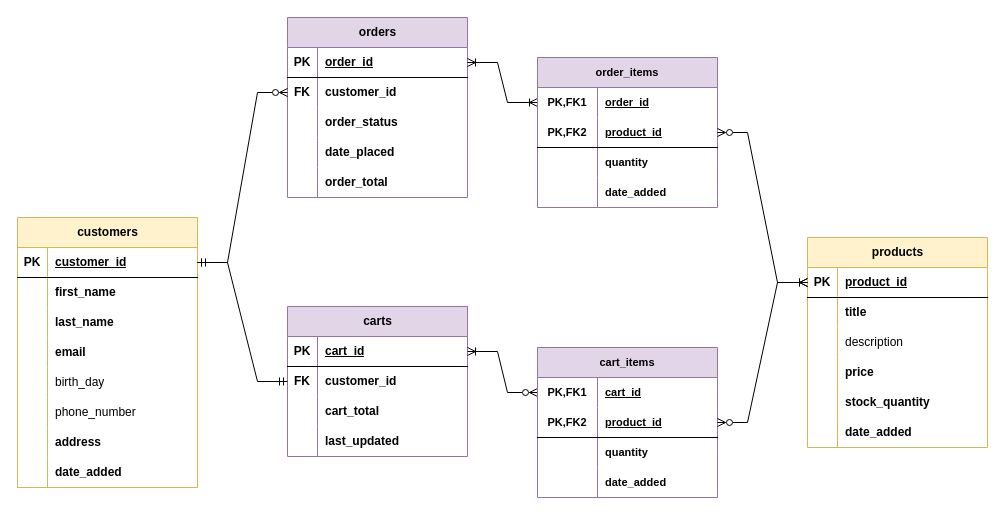
This is page "Overall ERD" (1 of 2) of db/ERD.drawio from MurtadhaInit/e-store-backend, a draw.io file, before an edit. Source tidied: cells renumbered, new cells numbered last; positions are measured from the earlier drawing's top-left corner, leaving out a move shared by most shapes. Both pictures are drawn from the tidied source at 100%, with x=0, y=0 at pixel (17, 17).
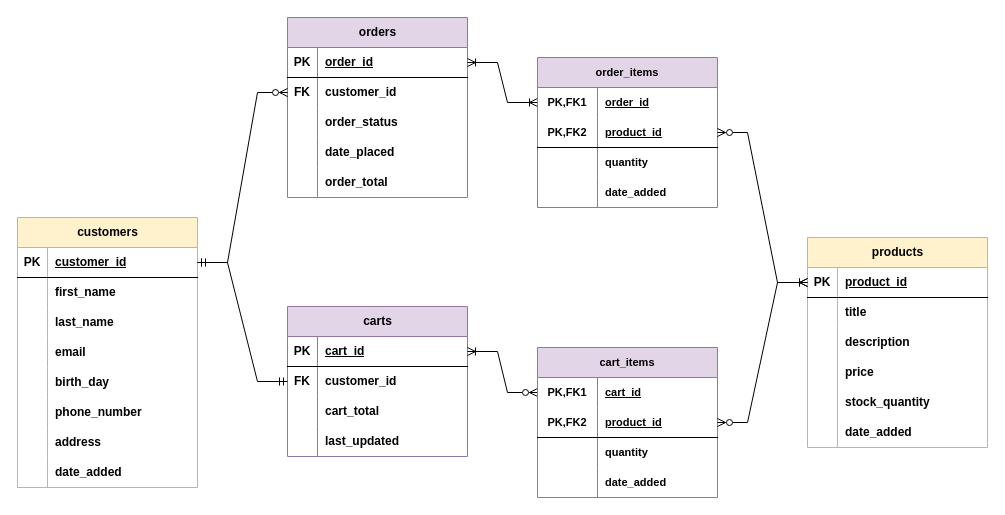
The same page after the edit.

Unchanged cells that the change refers to:
```xml
<mxCell id="9" style="shape=tableRow;horizontal=0;startSize=0;swimlaneHead=0;swimlaneBody=0;fillColor=none;top=0;left=0;right=0;bottom=0;" parent="2" vertex="1">
  <mxGeometry y="90" width="180" height="30" as="geometry" />
</mxCell>
<mxCell id="50" style="shape=tableRow;horizontal=0;startSize=0;swimlaneHead=0;swimlaneBody=0;fillColor=none;top=0;left=0;right=0;bottom=0;" parent="37" vertex="1">
  <mxGeometry y="150" width="180" height="30" as="geometry" />
</mxCell>
<mxCell id="53" style="shape=tableRow;horizontal=0;startSize=0;swimlaneHead=0;swimlaneBody=0;fillColor=none;top=0;left=0;right=0;bottom=0;" parent="37" vertex="1">
  <mxGeometry y="180" width="180" height="30" as="geometry" />
</mxCell>
```

What changed in the source:
```diff
@@
-    <mxCell id="11" value="description" style="shape=partialRectangle;fillColor=none;top=0;left=0;bottom=0;right=0;align=left;spacingLeft=6;overflow=hidden;whiteSpace=wrap;html=1;" parent="9" vertex="1">
+    <mxCell id="11" value="description" style="shape=partialRectangle;fillColor=none;top=0;left=0;bottom=0;right=0;align=left;spacingLeft=6;overflow=hidden;whiteSpace=wrap;html=1;fontStyle=1;" parent="9" vertex="1">
       <mxGeometry x="30" width="150" height="30" as="geometry" />
     </mxCell>
@@
-    <mxCell id="52" value="birth_day" style="shape=partialRectangle;fillColor=none;top=0;left=0;bottom=0;right=0;align=left;spacingLeft=6;overflow=hidden;whiteSpace=wrap;html=1;fontStyle=0;" parent="50" vertex="1">
+    <mxCell id="52" value="birth_day" style="shape=partialRectangle;fillColor=none;top=0;left=0;bottom=0;right=0;align=left;spacingLeft=6;overflow=hidden;whiteSpace=wrap;html=1;fontStyle=1;" parent="50" vertex="1">
       <mxGeometry x="30" width="150" height="30" as="geometry" />
     </mxCell>
@@
-    <mxCell id="55" value="phone_number" style="shape=partialRectangle;fillColor=none;top=0;left=0;bottom=0;right=0;align=left;spacingLeft=6;overflow=hidden;whiteSpace=wrap;html=1;" parent="53" vertex="1">
+    <mxCell id="55" value="phone_number" style="shape=partialRectangle;fillColor=none;top=0;left=0;bottom=0;right=0;align=left;spacingLeft=6;overflow=hidden;whiteSpace=wrap;html=1;fontStyle=1;" parent="53" vertex="1">
       <mxGeometry x="30" width="150" height="30" as="geometry" />
     </mxCell>
```
